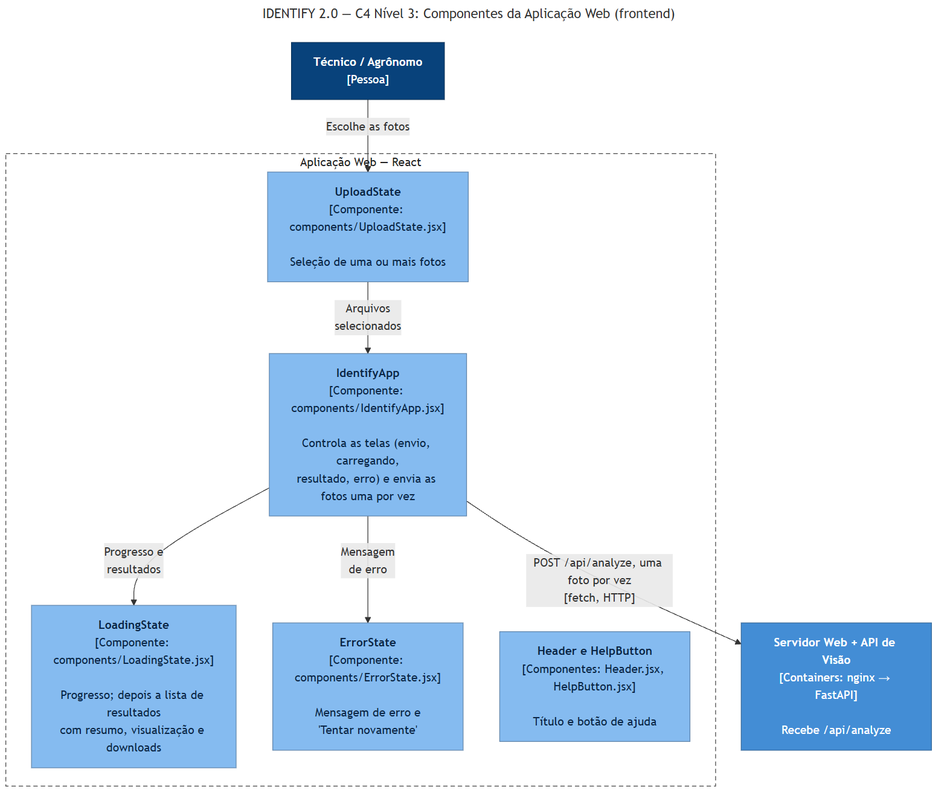
Before: docs/diagramas/c4-3-componentes-frontend.png, a diagram exported from Mermaid (f-lrz/Identify2.0_docker). Its source is kept beside it as docs/diagramas/c4-3-componentes-frontend.mmd. The source it was exported from:
```mermaid
---
title: "IDENTIFY 2.0 — C4 Nível 3: Componentes da Aplicação Web (frontend)"
---
flowchart TB
  tecnico["<b>Técnico / Agrônomo</b><br/>[Pessoa]"]

  subgraph spa["Aplicação Web — React"]
    direction TB
    upload["<b>UploadState</b><br/>[Componente: components/UploadState.jsx]<br/><br/>Seleção de uma ou mais fotos"]
    app["<b>IdentifyApp</b><br/>[Componente: components/IdentifyApp.jsx]<br/><br/>Controla as telas (envio, carregando,<br/>resultado, erro) e envia as fotos uma por vez"]
    resultado["<b>LoadingState</b><br/>[Componente: components/LoadingState.jsx]<br/><br/>Progresso; depois a lista de resultados<br/>com resumo, visualização e downloads"]
    erro["<b>ErrorState</b><br/>[Componente: components/ErrorState.jsx]<br/><br/>Mensagem de erro e<br/>'Tentar novamente'"]
    extras["<b>Header e HelpButton</b><br/>[Componentes: Header.jsx, HelpButton.jsx]<br/><br/>Título e botão de ajuda"]
  end

  api["<b>Servidor Web + API de Visão</b><br/>[Containers: nginx → FastAPI]<br/><br/>Recebe /api/analyze"]

  tecnico -- "Escolhe as fotos" --> upload
  upload -- "Arquivos<br/>selecionados" --> app
  app -- "POST /api/analyze, uma foto por vez<br/>[fetch, HTTP]" --> api
  app -- "Progresso e<br/>resultados" --> resultado
  app -- "Mensagem<br/>de erro" --> erro

  classDef pessoa fill:#08427b,stroke:#052e56,color:#ffffff
  classDef sistema fill:#1168bd,stroke:#0b4884,color:#ffffff
  classDef externo fill:#999999,stroke:#6b6b6b,color:#ffffff
  classDef container fill:#438dd5,stroke:#2e6295,color:#ffffff
  classDef componente fill:#85bbf0,stroke:#5d82a8,color:#0b2545
  classDef fronteira fill:none,stroke:#444444,stroke-dasharray:6 4,color:#222222
  class tecnico pessoa
  class upload,app,resultado,erro,extras componente
  class api container
  class spa fronteira
```
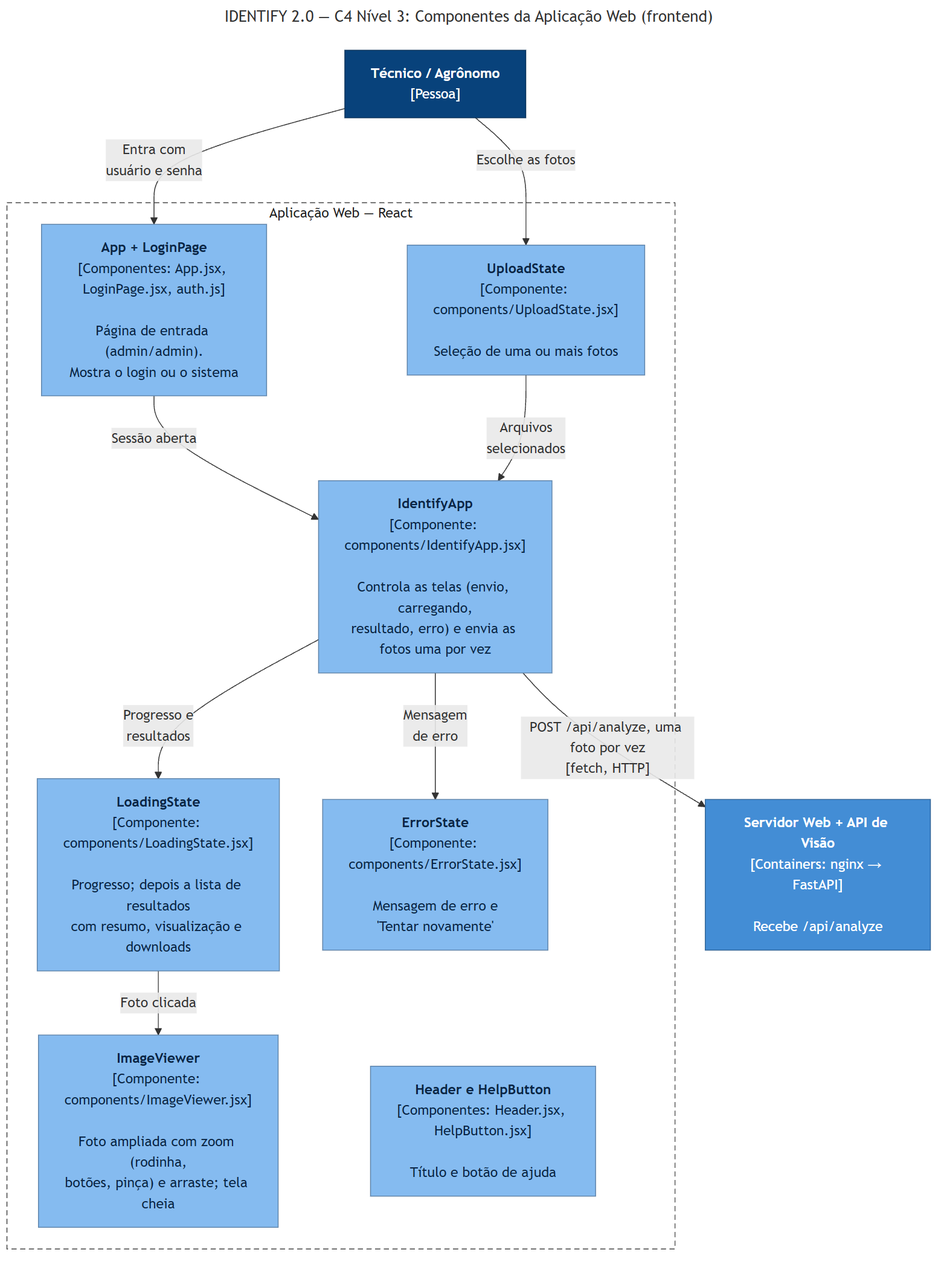
The same diagram one commit later.

The edit, as a diff of the source:
```diff
@@ -6,20 +6,25 @@
 
   subgraph spa["Aplicação Web — React"]
     direction TB
+    login["<b>App + LoginPage</b><br/>[Componentes: App.jsx, LoginPage.jsx, auth.js]<br/><br/>Página de entrada (admin/admin).<br/>Mostra o login ou o sistema"]
     upload["<b>UploadState</b><br/>[Componente: components/UploadState.jsx]<br/><br/>Seleção de uma ou mais fotos"]
     app["<b>IdentifyApp</b><br/>[Componente: components/IdentifyApp.jsx]<br/><br/>Controla as telas (envio, carregando,<br/>resultado, erro) e envia as fotos uma por vez"]
     resultado["<b>LoadingState</b><br/>[Componente: components/LoadingState.jsx]<br/><br/>Progresso; depois a lista de resultados<br/>com resumo, visualização e downloads"]
+    viewer["<b>ImageViewer</b><br/>[Componente: components/ImageViewer.jsx]<br/><br/>Foto ampliada com zoom (rodinha,<br/>botões, pinça) e arraste; tela cheia"]
     erro["<b>ErrorState</b><br/>[Componente: components/ErrorState.jsx]<br/><br/>Mensagem de erro e<br/>'Tentar novamente'"]
     extras["<b>Header e HelpButton</b><br/>[Componentes: Header.jsx, HelpButton.jsx]<br/><br/>Título e botão de ajuda"]
   end
 
   api["<b>Servidor Web + API de Visão</b><br/>[Containers: nginx → FastAPI]<br/><br/>Recebe /api/analyze"]
 
+  tecnico -- "Entra com<br/>usuário e senha" --> login
+  login -- "Sessão aberta" --> app
   tecnico -- "Escolhe as fotos" --> upload
   upload -- "Arquivos<br/>selecionados" --> app
   app -- "POST /api/analyze, uma foto por vez<br/>[fetch, HTTP]" --> api
   app -- "Progresso e<br/>resultados" --> resultado
   app -- "Mensagem<br/>de erro" --> erro
+  resultado -- "Foto clicada" --> viewer
 
   classDef pessoa fill:#08427b,stroke:#052e56,color:#ffffff
   classDef sistema fill:#1168bd,stroke:#0b4884,color:#ffffff
@@ -28,6 +33,6 @@
   classDef componente fill:#85bbf0,stroke:#5d82a8,color:#0b2545
   classDef fronteira fill:none,stroke:#444444,stroke-dasharray:6 4,color:#222222
   class tecnico pessoa
-  class upload,app,resultado,erro,extras componente
+  class login,upload,app,resultado,viewer,erro,extras componente
   class api container
   class spa fronteira
```
